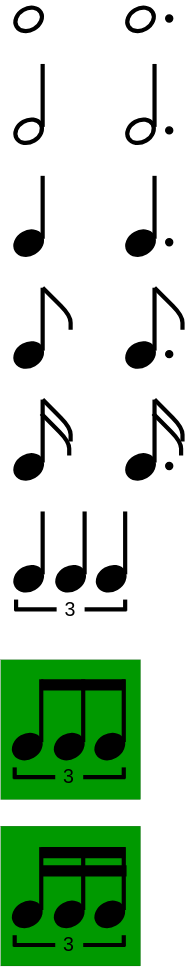
Earlier version of the draw.io export public/functional_harmony/3.drawio.svg (kako-jun/sid-note). Source tidied: cells renumbered, new cells last; positions are measured from the earlier drawing's top-left corner, leaving out a move shared by most shapes.
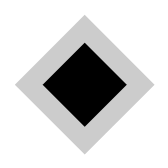
After the change.

Change to the diagram source:
```diff
@@ -2,332 +2,11 @@
   <root>
     <mxCell id="0" />
     <mxCell id="1" parent="0" />
-    <mxCell id="2" style="whiteSpace=wrap;html=1;fillColor=#009900;strokeWidth=0;" parent="1" vertex="1">
-      <mxGeometry y="585" width="100" height="100" as="geometry" />
+    <mxCell id="2" style="whiteSpace=wrap;html=1;fillColor=none;strokeWidth=0;strokeColor=none;" parent="1" vertex="1">
+      <mxGeometry y="585" width="120" height="120" as="geometry" />
     </mxCell>
-    <mxCell id="3" style="whiteSpace=wrap;html=1;fillColor=#009900;strokeWidth=0;" parent="1" vertex="1">
-      <mxGeometry y="466" width="100" height="100" as="geometry" />
-    </mxCell>
-    <mxCell id="4" style="ellipse;whiteSpace=wrap;html=1;rotation=-30;strokeWidth=3;" parent="1" vertex="1">
-      <mxGeometry x="10" y="0.4" width="20" height="15.5" as="geometry" />
-    </mxCell>
-    <mxCell id="5" style="endArrow=none;html=1;strokeWidth=3;" parent="1" edge="1">
-      <mxGeometry relative="1" as="geometry">
-        <mxPoint x="30" y="85" as="sourcePoint" />
-        <mxPoint x="30" y="40" as="targetPoint" />
-      </mxGeometry>
-    </mxCell>
-    <mxCell id="6" style="ellipse;whiteSpace=wrap;html=1;rotation=-30;strokeWidth=3;" parent="1" vertex="1">
-      <mxGeometry x="10" y="80.4" width="20" height="15.5" as="geometry" />
-    </mxCell>
-    <mxCell id="7" style="endArrow=none;html=1;strokeWidth=3;" parent="1" edge="1">
-      <mxGeometry relative="1" as="geometry">
-        <mxPoint x="30" y="165" as="sourcePoint" />
-        <mxPoint x="30" y="120" as="targetPoint" />
-      </mxGeometry>
-    </mxCell>
-    <mxCell id="8" style="ellipse;whiteSpace=wrap;html=1;rotation=-30;strokeWidth=3;fillColor=#000000;" parent="1" vertex="1">
-      <mxGeometry x="10" y="160.4" width="20" height="15.5" as="geometry" />
-    </mxCell>
-    <mxCell id="9" style="ellipse;whiteSpace=wrap;html=1;rotation=-30;strokeWidth=3;" parent="1" vertex="1">
-      <mxGeometry x="90" y="0.4" width="20" height="15.5" as="geometry" />
-    </mxCell>
-    <mxCell id="10" style="endArrow=none;html=1;strokeWidth=3;" parent="1" edge="1">
-      <mxGeometry relative="1" as="geometry">
-        <mxPoint x="110" y="85" as="sourcePoint" />
-        <mxPoint x="110" y="40" as="targetPoint" />
-      </mxGeometry>
-    </mxCell>
-    <mxCell id="11" style="ellipse;whiteSpace=wrap;html=1;rotation=-30;strokeWidth=3;" parent="1" vertex="1">
-      <mxGeometry x="90" y="80.4" width="20" height="15.5" as="geometry" />
-    </mxCell>
-    <mxCell id="12" style="endArrow=none;html=1;strokeWidth=3;" parent="1" edge="1">
-      <mxGeometry relative="1" as="geometry">
-        <mxPoint x="110" y="165" as="sourcePoint" />
-        <mxPoint x="110" y="120" as="targetPoint" />
-      </mxGeometry>
-    </mxCell>
-    <mxCell id="13" style="ellipse;whiteSpace=wrap;html=1;rotation=-30;strokeWidth=3;fillColor=#000000;" parent="1" vertex="1">
-      <mxGeometry x="90" y="160.4" width="20" height="15.5" as="geometry" />
-    </mxCell>
-    <mxCell id="14" style="ellipse;whiteSpace=wrap;html=1;fillColor=#000000;" parent="1" vertex="1">
-      <mxGeometry x="118" y="5" width="5" height="5" as="geometry" />
-    </mxCell>
-    <mxCell id="15" style="ellipse;whiteSpace=wrap;html=1;fillColor=#000000;" parent="1" vertex="1">
-      <mxGeometry x="118" y="85" width="5" height="5" as="geometry" />
-    </mxCell>
-    <mxCell id="16" style="ellipse;whiteSpace=wrap;html=1;fillColor=#000000;" parent="1" vertex="1">
-      <mxGeometry x="118" y="165" width="5" height="5" as="geometry" />
-    </mxCell>
-    <mxCell id="17" style="endArrow=none;html=1;strokeWidth=3;" parent="1" edge="1">
-      <mxGeometry relative="1" as="geometry">
-        <mxPoint x="30" y="245" as="sourcePoint" />
-        <mxPoint x="30" y="200" as="targetPoint" />
-      </mxGeometry>
-    </mxCell>
-    <mxCell id="18" style="ellipse;whiteSpace=wrap;html=1;rotation=-30;strokeWidth=3;fillColor=#000000;" parent="1" vertex="1">
-      <mxGeometry x="10" y="240.4" width="20" height="15.5" as="geometry" />
-    </mxCell>
-    <mxCell id="19" style="endArrow=none;html=1;strokeWidth=3;" parent="1" edge="1">
-      <mxGeometry relative="1" as="geometry">
-        <mxPoint x="50" y="230" as="sourcePoint" />
-        <mxPoint x="30" y="200" as="targetPoint" />
-        <Array as="points">
-          <mxPoint x="50" y="220" />
-        </Array>
-      </mxGeometry>
-    </mxCell>
-    <mxCell id="20" style="endArrow=none;html=1;strokeWidth=3;" parent="1" edge="1">
-      <mxGeometry relative="1" as="geometry">
-        <mxPoint x="110" y="245" as="sourcePoint" />
-        <mxPoint x="110" y="200" as="targetPoint" />
-      </mxGeometry>
-    </mxCell>
-    <mxCell id="21" style="ellipse;whiteSpace=wrap;html=1;rotation=-30;strokeWidth=3;fillColor=#000000;" parent="1" vertex="1">
-      <mxGeometry x="90" y="240.4" width="20" height="15.5" as="geometry" />
-    </mxCell>
-    <mxCell id="22" style="endArrow=none;html=1;strokeWidth=3;" parent="1" edge="1">
-      <mxGeometry relative="1" as="geometry">
-        <mxPoint x="130" y="230" as="sourcePoint" />
-        <mxPoint x="110" y="200" as="targetPoint" />
-        <Array as="points">
-          <mxPoint x="130" y="220" />
-        </Array>
-      </mxGeometry>
-    </mxCell>
-    <mxCell id="23" style="ellipse;whiteSpace=wrap;html=1;fillColor=#000000;" parent="1" vertex="1">
-      <mxGeometry x="118" y="245" width="5" height="5" as="geometry" />
-    </mxCell>
-    <mxCell id="24" style="endArrow=none;html=1;strokeWidth=3;" parent="1" edge="1">
-      <mxGeometry relative="1" as="geometry">
-        <mxPoint x="30" y="325" as="sourcePoint" />
-        <mxPoint x="30" y="280" as="targetPoint" />
-      </mxGeometry>
-    </mxCell>
-    <mxCell id="25" style="ellipse;whiteSpace=wrap;html=1;rotation=-30;strokeWidth=3;fillColor=#000000;" parent="1" vertex="1">
-      <mxGeometry x="10" y="320.4" width="20" height="15.5" as="geometry" />
-    </mxCell>
-    <mxCell id="26" style="endArrow=none;html=1;strokeWidth=3;" parent="1" edge="1">
-      <mxGeometry relative="1" as="geometry">
-        <mxPoint x="50" y="310" as="sourcePoint" />
-        <mxPoint x="30" y="280" as="targetPoint" />
-        <Array as="points">
-          <mxPoint x="50" y="300" />
-        </Array>
-      </mxGeometry>
-    </mxCell>
-    <mxCell id="27" style="endArrow=none;html=1;strokeWidth=3;" parent="1" edge="1">
-      <mxGeometry relative="1" as="geometry">
-        <mxPoint x="110" y="325" as="sourcePoint" />
-        <mxPoint x="110" y="280" as="targetPoint" />
-      </mxGeometry>
-    </mxCell>
-    <mxCell id="28" style="ellipse;whiteSpace=wrap;html=1;rotation=-30;strokeWidth=3;fillColor=#000000;" parent="1" vertex="1">
-      <mxGeometry x="90" y="320.4" width="20" height="15.5" as="geometry" />
-    </mxCell>
-    <mxCell id="29" style="endArrow=none;html=1;strokeWidth=3;" parent="1" edge="1">
-      <mxGeometry relative="1" as="geometry">
-        <mxPoint x="130" y="310" as="sourcePoint" />
-        <mxPoint x="110" y="280" as="targetPoint" />
-        <Array as="points">
-          <mxPoint x="130" y="300" />
-        </Array>
-      </mxGeometry>
-    </mxCell>
-    <mxCell id="30" style="ellipse;whiteSpace=wrap;html=1;fillColor=#000000;" parent="1" vertex="1">
-      <mxGeometry x="118" y="325" width="5" height="5" as="geometry" />
-    </mxCell>
-    <mxCell id="31" style="endArrow=none;html=1;strokeWidth=3;" parent="1" edge="1">
-      <mxGeometry relative="1" as="geometry">
-        <mxPoint x="49" y="320" as="sourcePoint" />
-        <mxPoint x="29" y="290" as="targetPoint" />
-        <Array as="points">
-          <mxPoint x="49" y="310" />
-        </Array>
-      </mxGeometry>
-    </mxCell>
-    <mxCell id="32" style="endArrow=none;html=1;strokeWidth=3;" parent="1" edge="1">
-      <mxGeometry relative="1" as="geometry">
-        <mxPoint x="129" y="320" as="sourcePoint" />
-        <mxPoint x="109" y="290" as="targetPoint" />
-        <Array as="points">
-          <mxPoint x="129" y="310" />
-        </Array>
-      </mxGeometry>
-    </mxCell>
-    <mxCell id="33" style="endArrow=none;html=1;strokeWidth=3;" parent="1" edge="1">
-      <mxGeometry relative="1" as="geometry">
-        <mxPoint x="30" y="405" as="sourcePoint" />
-        <mxPoint x="30" y="360" as="targetPoint" />
-      </mxGeometry>
-    </mxCell>
-    <mxCell id="34" style="ellipse;whiteSpace=wrap;html=1;rotation=-30;strokeWidth=3;fillColor=#000000;" parent="1" vertex="1">
-      <mxGeometry x="10" y="400.4" width="20" height="15.5" as="geometry" />
-    </mxCell>
-    <mxCell id="35" style="endArrow=none;html=1;strokeWidth=3;" parent="1" edge="1">
-      <mxGeometry relative="1" as="geometry">
-        <mxPoint x="60" y="405" as="sourcePoint" />
-        <mxPoint x="60" y="360" as="targetPoint" />
-      </mxGeometry>
-    </mxCell>
-    <mxCell id="36" style="ellipse;whiteSpace=wrap;html=1;rotation=-30;strokeWidth=3;fillColor=#000000;" parent="1" vertex="1">
-      <mxGeometry x="40" y="400.4" width="20" height="15.5" as="geometry" />
-    </mxCell>
-    <mxCell id="37" style="endArrow=none;html=1;strokeWidth=3;" parent="1" edge="1">
-      <mxGeometry relative="1" as="geometry">
-        <mxPoint x="89" y="405" as="sourcePoint" />
-        <mxPoint x="89" y="360" as="targetPoint" />
-      </mxGeometry>
-    </mxCell>
-    <mxCell id="38" style="ellipse;whiteSpace=wrap;html=1;rotation=-30;strokeWidth=3;fillColor=#000000;" parent="1" vertex="1">
-      <mxGeometry x="69" y="400.4" width="20" height="15.5" as="geometry" />
-    </mxCell>
-    <mxCell id="39" style="endArrow=none;html=1;strokeWidth=3;exitX=0;exitY=0.5;exitDx=0;exitDy=0;" parent="1" edge="1" source="42">
-      <mxGeometry relative="1" as="geometry">
-        <mxPoint x="10" y="430" as="targetPoint" />
-      </mxGeometry>
-    </mxCell>
-    <mxCell id="40" style="endArrow=none;html=1;strokeWidth=3;endSize=6;" parent="1" edge="1">
-      <mxGeometry relative="1" as="geometry">
-        <mxPoint x="11" y="431" as="sourcePoint" />
-        <mxPoint x="11" y="423" as="targetPoint" />
-      </mxGeometry>
-    </mxCell>
-    <mxCell id="41" style="endArrow=none;html=1;strokeWidth=3;endSize=6;" parent="1" edge="1">
-      <mxGeometry relative="1" as="geometry">
-        <mxPoint x="89" y="431" as="sourcePoint" />
-        <mxPoint x="89" y="423" as="targetPoint" />
-      </mxGeometry>
-    </mxCell>
-    <mxCell id="42" value="3" style="text;html=1;align=center;verticalAlign=middle;whiteSpace=wrap;rounded=0;fontSize=14;" parent="1" vertex="1">
-      <mxGeometry x="40" y="415" width="20" height="30" as="geometry" />
-    </mxCell>
-    <mxCell id="43" style="endArrow=none;html=1;strokeWidth=3;entryX=1;entryY=0.5;entryDx=0;entryDy=0;" parent="1" edge="1" target="42">
-      <mxGeometry relative="1" as="geometry">
-        <mxPoint x="90" y="430" as="sourcePoint" />
-      </mxGeometry>
-    </mxCell>
-    <mxCell id="44" style="endArrow=none;html=1;strokeWidth=3;" parent="1" edge="1">
-      <mxGeometry relative="1" as="geometry">
-        <mxPoint x="29" y="525" as="sourcePoint" />
-        <mxPoint x="29" y="480" as="targetPoint" />
-      </mxGeometry>
-    </mxCell>
-    <mxCell id="45" style="ellipse;whiteSpace=wrap;html=1;rotation=-30;strokeWidth=3;fillColor=#000000;" parent="1" vertex="1">
-      <mxGeometry x="9" y="520.4" width="20" height="15.5" as="geometry" />
-    </mxCell>
-    <mxCell id="46" style="endArrow=none;html=1;strokeWidth=3;" parent="1" edge="1">
-      <mxGeometry relative="1" as="geometry">
-        <mxPoint x="59" y="525" as="sourcePoint" />
-        <mxPoint x="59" y="480" as="targetPoint" />
-      </mxGeometry>
-    </mxCell>
-    <mxCell id="47" style="ellipse;whiteSpace=wrap;html=1;rotation=-30;strokeWidth=3;fillColor=#000000;" parent="1" vertex="1">
-      <mxGeometry x="39" y="520.4" width="20" height="15.5" as="geometry" />
-    </mxCell>
-    <mxCell id="48" style="endArrow=none;html=1;strokeWidth=3;" parent="1" edge="1">
-      <mxGeometry relative="1" as="geometry">
-        <mxPoint x="88" y="525" as="sourcePoint" />
-        <mxPoint x="88" y="480" as="targetPoint" />
-      </mxGeometry>
-    </mxCell>
-    <mxCell id="49" style="ellipse;whiteSpace=wrap;html=1;rotation=-30;strokeWidth=3;fillColor=#000000;" parent="1" vertex="1">
-      <mxGeometry x="68" y="520.4" width="20" height="15.5" as="geometry" />
-    </mxCell>
-    <mxCell id="50" style="endArrow=none;html=1;strokeWidth=3;exitX=0;exitY=0.5;exitDx=0;exitDy=0;" parent="1" edge="1" source="53">
-      <mxGeometry relative="1" as="geometry">
-        <mxPoint x="9" y="550" as="targetPoint" />
-      </mxGeometry>
-    </mxCell>
-    <mxCell id="51" style="endArrow=none;html=1;strokeWidth=3;endSize=6;" parent="1" edge="1">
-      <mxGeometry relative="1" as="geometry">
-        <mxPoint x="10" y="551" as="sourcePoint" />
-        <mxPoint x="10" y="543" as="targetPoint" />
-      </mxGeometry>
-    </mxCell>
-    <mxCell id="52" style="endArrow=none;html=1;strokeWidth=3;endSize=6;" parent="1" edge="1">
-      <mxGeometry relative="1" as="geometry">
-        <mxPoint x="88" y="551" as="sourcePoint" />
-        <mxPoint x="88" y="543" as="targetPoint" />
-      </mxGeometry>
-    </mxCell>
-    <mxCell id="53" value="3" style="text;html=1;align=center;verticalAlign=middle;whiteSpace=wrap;rounded=0;fontSize=14;" parent="1" vertex="1">
-      <mxGeometry x="39" y="535" width="20" height="30" as="geometry" />
-    </mxCell>
-    <mxCell id="54" style="endArrow=none;html=1;strokeWidth=3;entryX=1;entryY=0.5;entryDx=0;entryDy=0;" parent="1" edge="1" target="53">
-      <mxGeometry relative="1" as="geometry">
-        <mxPoint x="89" y="550" as="sourcePoint" />
-      </mxGeometry>
-    </mxCell>
-    <mxCell id="55" style="endArrow=none;html=1;strokeWidth=8;" parent="1" edge="1">
-      <mxGeometry relative="1" as="geometry">
-        <mxPoint x="89" y="484" as="sourcePoint" />
-        <mxPoint x="29" y="484" as="targetPoint" />
-      </mxGeometry>
-    </mxCell>
-    <mxCell id="56" style="endArrow=none;html=1;strokeWidth=3;" parent="1" edge="1">
-      <mxGeometry relative="1" as="geometry">
-        <mxPoint x="29" y="645" as="sourcePoint" />
-        <mxPoint x="29" y="600" as="targetPoint" />
-      </mxGeometry>
-    </mxCell>
-    <mxCell id="57" style="ellipse;whiteSpace=wrap;html=1;rotation=-30;strokeWidth=3;fillColor=#000000;" parent="1" vertex="1">
-      <mxGeometry x="9" y="640.4" width="20" height="15.5" as="geometry" />
-    </mxCell>
-    <mxCell id="58" style="endArrow=none;html=1;strokeWidth=3;" parent="1" edge="1">
-      <mxGeometry relative="1" as="geometry">
-        <mxPoint x="59" y="645" as="sourcePoint" />
-        <mxPoint x="59" y="600" as="targetPoint" />
-      </mxGeometry>
-    </mxCell>
-    <mxCell id="59" style="ellipse;whiteSpace=wrap;html=1;rotation=-30;strokeWidth=3;fillColor=#000000;" parent="1" vertex="1">
-      <mxGeometry x="39" y="640.4" width="20" height="15.5" as="geometry" />
-    </mxCell>
-    <mxCell id="60" style="endArrow=none;html=1;strokeWidth=3;" parent="1" edge="1">
-      <mxGeometry relative="1" as="geometry">
-        <mxPoint x="88" y="645" as="sourcePoint" />
-        <mxPoint x="88" y="600" as="targetPoint" />
-      </mxGeometry>
-    </mxCell>
-    <mxCell id="61" style="ellipse;whiteSpace=wrap;html=1;rotation=-30;strokeWidth=3;fillColor=#000000;" parent="1" vertex="1">
-      <mxGeometry x="68" y="640.4" width="20" height="15.5" as="geometry" />
-    </mxCell>
-    <mxCell id="62" style="endArrow=none;html=1;strokeWidth=3;exitX=0;exitY=0.5;exitDx=0;exitDy=0;" parent="1" edge="1" source="65">
-      <mxGeometry relative="1" as="geometry">
-        <mxPoint x="9" y="670" as="targetPoint" />
-      </mxGeometry>
-    </mxCell>
-    <mxCell id="63" style="endArrow=none;html=1;strokeWidth=3;endSize=6;" parent="1" edge="1">
-      <mxGeometry relative="1" as="geometry">
-        <mxPoint x="10" y="671" as="sourcePoint" />
-        <mxPoint x="10" y="663" as="targetPoint" />
-      </mxGeometry>
-    </mxCell>
-    <mxCell id="64" style="endArrow=none;html=1;strokeWidth=3;endSize=6;" parent="1" edge="1">
-      <mxGeometry relative="1" as="geometry">
-        <mxPoint x="88" y="671" as="sourcePoint" />
-        <mxPoint x="88" y="663" as="targetPoint" />
-      </mxGeometry>
-    </mxCell>
-    <mxCell id="65" value="3" style="text;html=1;align=center;verticalAlign=middle;whiteSpace=wrap;rounded=0;fontSize=14;" parent="1" vertex="1">
-      <mxGeometry x="39" y="655" width="20" height="30" as="geometry" />
-    </mxCell>
-    <mxCell id="66" style="endArrow=none;html=1;strokeWidth=3;entryX=1;entryY=0.5;entryDx=0;entryDy=0;" parent="1" edge="1" target="65">
-      <mxGeometry relative="1" as="geometry">
-        <mxPoint x="89" y="670" as="sourcePoint" />
-      </mxGeometry>
-    </mxCell>
-    <mxCell id="67" style="endArrow=none;html=1;strokeWidth=8;" parent="1" edge="1">
-      <mxGeometry relative="1" as="geometry">
-        <mxPoint x="89" y="604" as="sourcePoint" />
-        <mxPoint x="29" y="604" as="targetPoint" />
-      </mxGeometry>
-    </mxCell>
-    <mxCell id="68" style="endArrow=none;html=1;strokeWidth=8;" parent="1" edge="1">
-      <mxGeometry relative="1" as="geometry">
-        <mxPoint x="90" y="617" as="sourcePoint" />
-        <mxPoint x="30" y="617" as="targetPoint" />
-      </mxGeometry>
-    </mxCell>
+    <mxCell id="69" style="rhombus;whiteSpace=wrap;html=1;fillColor=#000000;strokeColor=#CCCCCC;textShadow=0;shadow=0;perimeterSpacing=0;strokeWidth=14;" parent="1" vertex="1">
+      <mxGeometry x="20" y="605" width="80" height="80" as="geometry" />
+    </mxCell>
   </root>
 </mxGraphModel>
```
